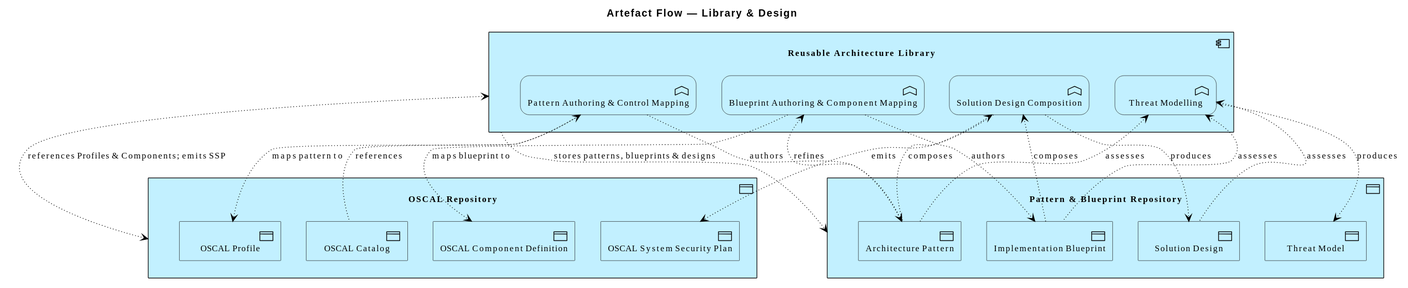
Earlier version of the PlantUML export architecture/model/diagrams/frictionless-architect-artefact-library.svg (wolffy-au/frictionless-architect).
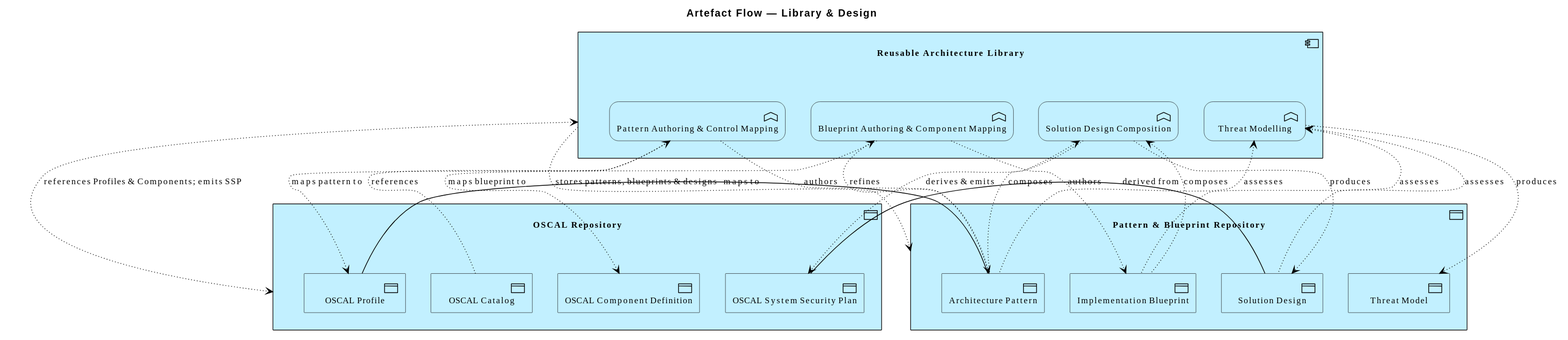
The same file after the commit.

Change to the diagram source:
```diff
@@ -27,13 +27,15 @@
 Rel_Access_r(e_iddd11da366c175c, e_idddf65887d53f57, "references")
 Rel_Access_w(e_iddd11da366c175c, e_idd89db32a51b55a, "authors")
 Rel_Access_w(e_iddd11da366c175c, e_id9659a679544058, "maps pattern to")
+Rel_Association(e_idd89db32a51b55a, e_id9659a679544058, "maps to")
 Rel_Access_r(e_ide1ad558dbdf859, e_idd89db32a51b55a, "refines")
 Rel_Access_w(e_ide1ad558dbdf859, e_id6599578e1d1057, "authors")
 Rel_Access_w(e_ide1ad558dbdf859, e_id192cc75cb2785d, "maps blueprint to")
 Rel_Access_r(e_idf6a4f65b28fc5e, e_id6599578e1d1057, "composes")
 Rel_Access_r(e_idf6a4f65b28fc5e, e_idd89db32a51b55a, "composes")
 Rel_Access_w(e_idf6a4f65b28fc5e, e_id506d57a987bb51, "produces")
-Rel_Access_w(e_idf6a4f65b28fc5e, e_id20c3b0ad770d57, "emits")
+Rel_Access_w(e_idf6a4f65b28fc5e, e_id20c3b0ad770d57, "derives & emits")
+Rel_Association(e_id20c3b0ad770d57, e_id506d57a987bb51, "derived from")
 Rel_Access_r(e_iddc37081ec05957, e_idd89db32a51b55a, "assesses")
 Rel_Access_r(e_iddc37081ec05957, e_id6599578e1d1057, "assesses")
 Rel_Access_r(e_iddc37081ec05957, e_id506d57a987bb51, "assesses")
```
